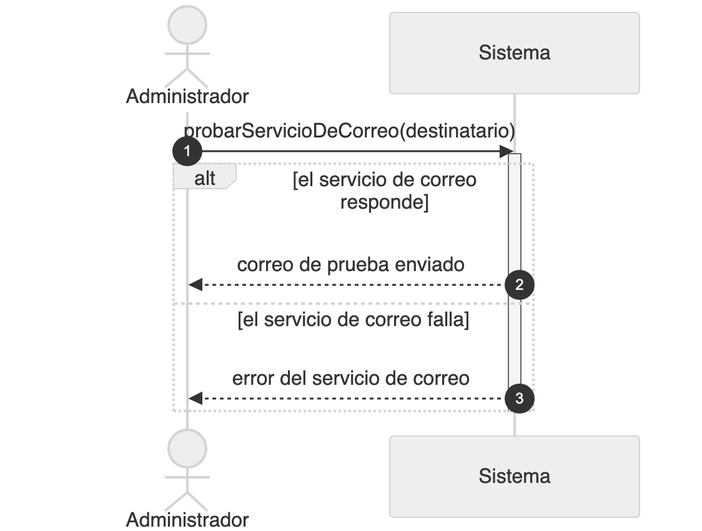
Above: diagramas/png/DSS_CU-102_Probar-El-Servicio-De-Correo.png in Nahuelito-Dev/splg-docs (Mermaid), before the change. Its source is kept beside it as diagramas/DSS_CU-102_Probar-El-Servicio-De-Correo.mmd. The source it was exported from:
```mermaid
sequenceDiagram
    title DSS — CU-102 Probar El Servicio De Correo
    autonumber
    actor ADM as Administrador
    participant SIS as Sistema

    ADM->>SIS: probarServicioDeCorreo(destinatario)
    activate SIS
    alt el servicio de correo responde
        SIS-->>ADM: correo de prueba enviado
    else el servicio de correo falla
        SIS-->>ADM: error del servicio de correo
    end
    deactivate SIS
```
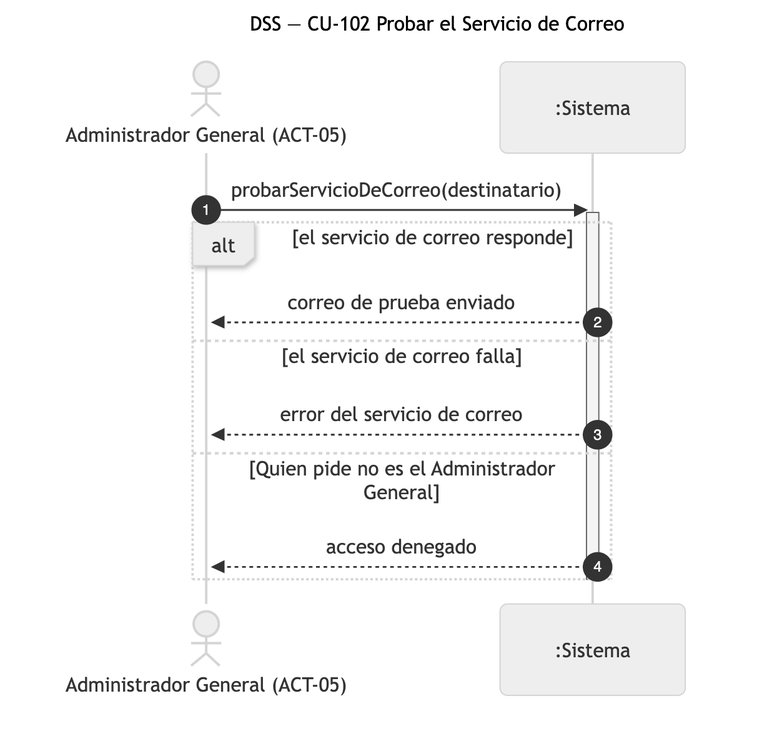
Above is the later version.

Change to the diagram source:
```diff
@@ -1,14 +1,16 @@
 sequenceDiagram
-    title DSS — CU-102 Probar El Servicio De Correo
+    title DSS — CU-102 Probar el Servicio de Correo
     autonumber
-    actor ADM as Administrador
-    participant SIS as Sistema
+    actor SUP as Administrador General (ACT-05)
+    participant SIS as :Sistema
 
-    ADM->>SIS: probarServicioDeCorreo(destinatario)
+    SUP->>SIS: probarServicioDeCorreo(destinatario)
     activate SIS
     alt el servicio de correo responde
-        SIS-->>ADM: correo de prueba enviado
+        SIS-->>SUP: correo de prueba enviado
     else el servicio de correo falla
-        SIS-->>ADM: error del servicio de correo
+        SIS-->>SUP: error del servicio de correo
+    else Quien pide no es el Administrador General
+        SIS-->>SUP: acceso denegado
     end
     deactivate SIS
```
